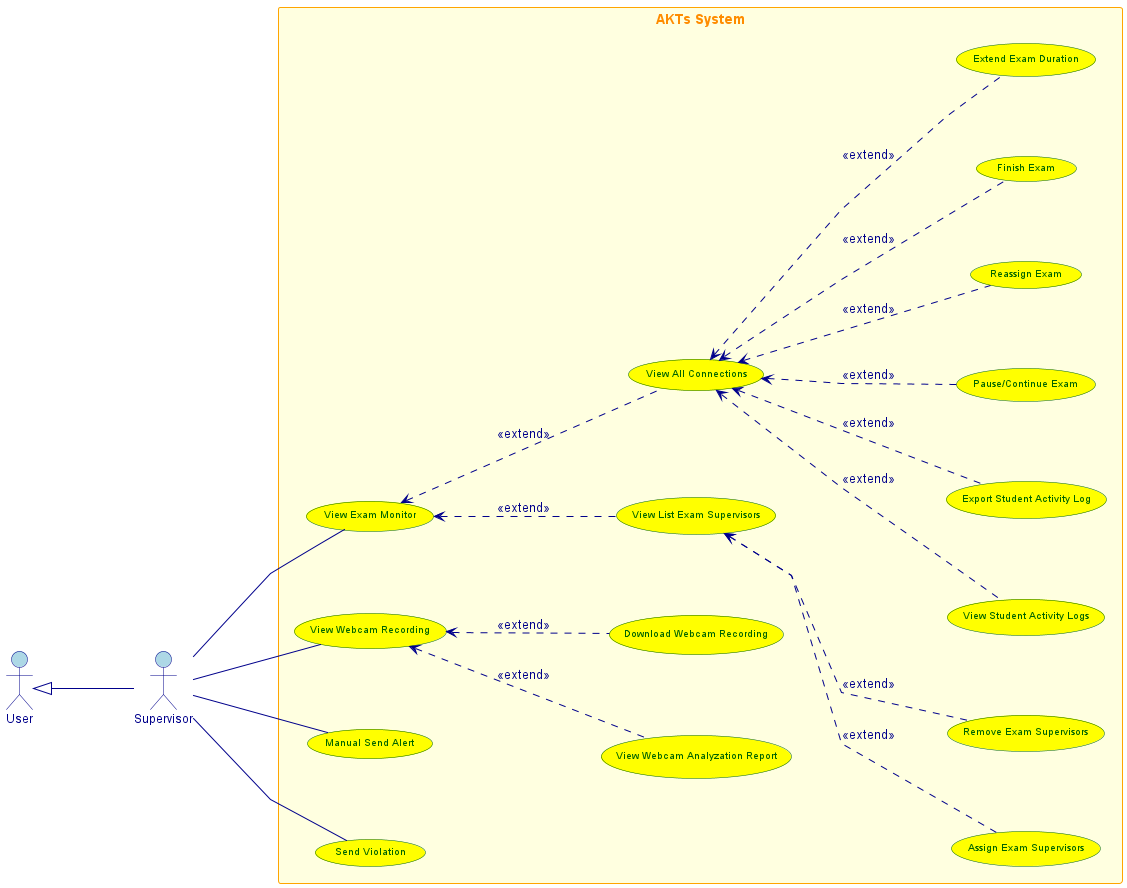
This is design/out/supervisor/supervisor.png from conghoan1211/AI-Kiosk-Testing-system, a PlantUML export, as it was before one commit.
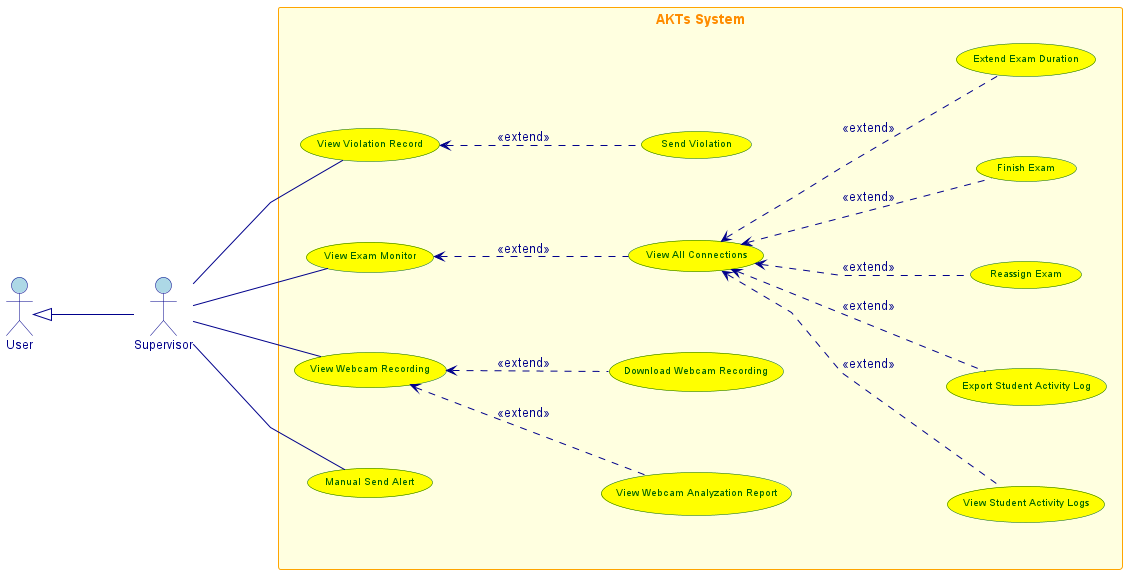
Later version of the same file.

The edit, as a diff of the source:
```diff
@@ -43,34 +43,29 @@
     usecase "View Webcam Analyzation Report" as UC7
     usecase "Download Webcam Recording" as UC6
     usecase "Manual Send Alert" as UC12
-    usecase "Pause/Continue Exam" as UC14
     usecase "Reassign Exam" as UC15
     usecase "Finish Exam" as UC16
     usecase "Extend Exam Duration" as UC17
     usecase "Send Violation" as UC18
     usecase "View All Connections" as UC19
-    usecase "View List Exam Supervisors" as UC20
-    usecase "Assign Exam Supervisors" as UC21
-    usecase "Remove Exam Supervisors" as UC22
+    usecase "View Violation Record" as UC20
 
 }
 User <|-d- Supervisor
 Supervisor -- UC1
 Supervisor -- UC5
 Supervisor -- UC12
-Supervisor -- UC18
+Supervisor -- UC20
 UC2 .u.> UC19 : <<extend>>
 UC4 .u.> UC19 : <<extend>>
-UC14 .u.> UC19 : <<extend>>
 UC15 .u.> UC19 : <<extend>>
 UC16 .u.> UC19 : <<extend>>
 UC17 .u.> UC19 : <<extend>>
 UC7 .u.> UC5 : <<extend>>
 UC6 .u.> UC5 : <<extend>>
 UC19 .u.> UC1 : <<extend>>
-UC20 .u.> UC1 : <<extend>>
-UC21 .u.> UC20 : <<extend>>
-UC22 .u.> UC20 : <<extend>>
+UC18 .u.> UC20 : <<extend>>
+
 
 
 
```
